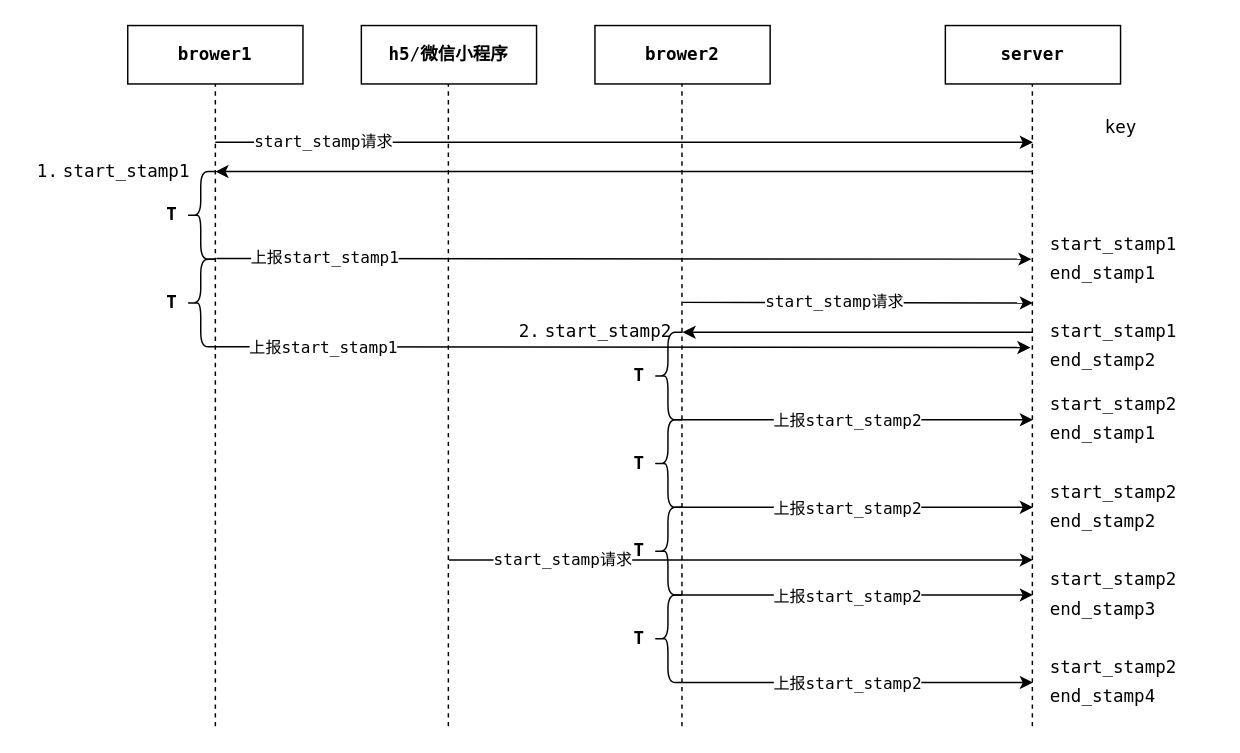
Before: report2.drawio in rabbitdream/framework, a draw.io diagram. Source tidied: cells renumbered, new cells numbered last; positions are measured from the earlier drawing's top-left corner, leaving out a move shared by most shapes. Both pictures are drawn from the tidied source at 146%, with x=0, y=0 at pixel (25, 25).
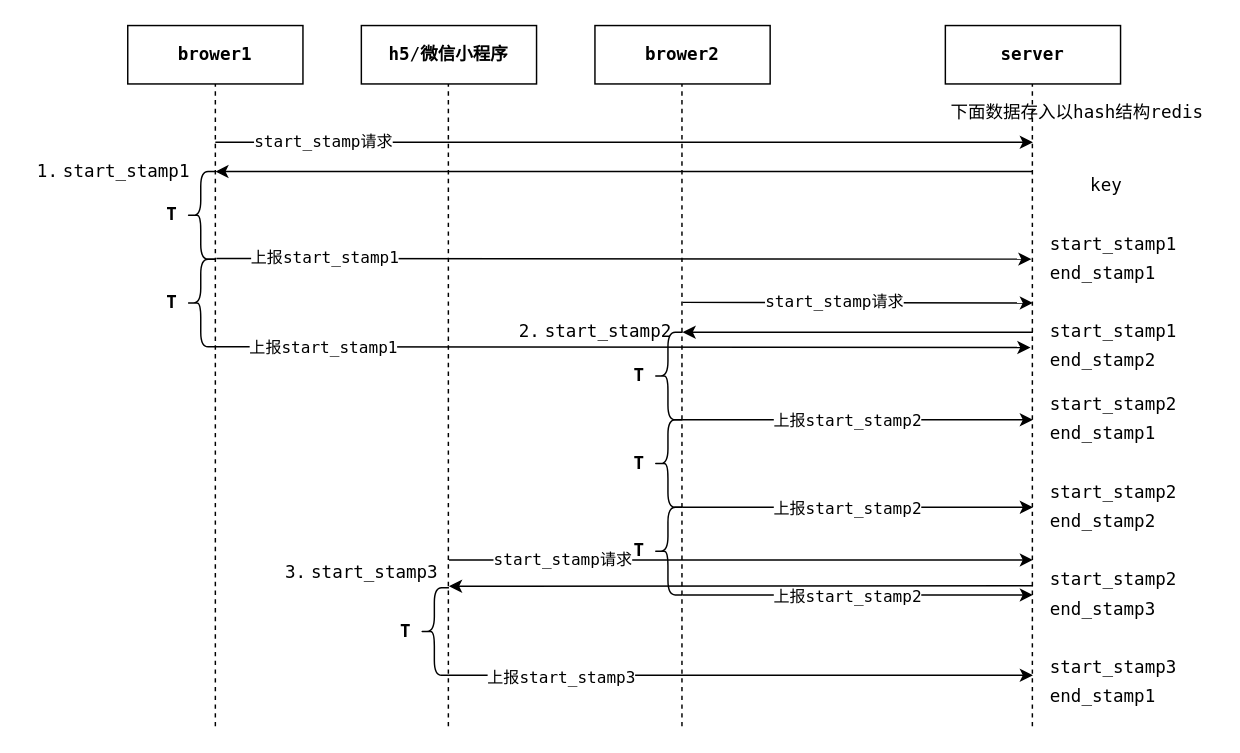
Above is the later version.

Unchanged cells that the change refers to:
```xml
<mxCell id="47" style="group;" parent="1" vertex="1">
  <mxGeometry x="410" y="330" width="280" height="60" as="geometry" />
</mxCell>
<mxCell id="70" style="group;" parent="1" vertex="1">
  <mxGeometry x="700" y="430" width="100" height="40" as="geometry" />
</mxCell>
```

Diff of the diagram source:
```diff
@@
     <mxCell id="16" value="&lt;font face=&quot;Lucida Console&quot;&gt;key&lt;/font&gt;" style="text;html=1;align=center;verticalAlign=middle;strokeColor=none;fillColor=none;" parent="1" vertex="1">
-      <mxGeometry x="730" y="60" width="40" height="20" as="geometry" />
+      <mxGeometry x="720" y="100" width="40" height="20" as="geometry" />
     </mxCell>
@@
-    <mxCell id="55" style="group;" parent="1" vertex="1">
-      <mxGeometry x="410" y="390" width="280" height="60" as="geometry" />
-    </mxCell>
-    <mxCell id="56" style="group;" parent="55" vertex="1">
-      <mxGeometry width="40" height="60" as="geometry" />
-    </mxCell>
-    <mxCell id="57" style="shape=curlyBracket;whiteSpace=wrap;html=1;rounded=1;" parent="56" vertex="1">
-      <mxGeometry x="20" width="20" height="60" as="geometry" />
-    </mxCell>
-    <mxCell id="58" value="&lt;font face=&quot;Lucida Console&quot;&gt;&lt;b&gt;T&lt;/b&gt;&lt;/font&gt;" style="text;html=1;align=center;verticalAlign=middle;strokeColor=none;fillColor=none;" parent="56" vertex="1">
-      <mxGeometry y="20" width="20" height="20" as="geometry" />
-    </mxCell>
-    <mxCell id="59" style="endArrow=classic;html=1;" parent="55" edge="1">
-      <mxGeometry relative="1" as="geometry">
-        <mxPoint x="40" y="60" as="sourcePoint" />
-        <mxPoint x="280" y="60" as="targetPoint" />
-      </mxGeometry>
-    </mxCell>
-    <mxCell id="60" value="上报&lt;font face=&quot;Lucida Console&quot;&gt;start_stamp2&lt;/font&gt;" style="edgeLabel;html=1;align=center;verticalAlign=middle;" parent="59" vertex="1">
-      <mxGeometry x="-0.07" y="-3" relative="1" as="geometry">
-        <mxPoint y="-3" as="offset" />
-      </mxGeometry>
-    </mxCell>
+    <mxCell id="73" style="endArrow=classic;html=1;" parent="47" edge="1">
+      <mxGeometry relative="1" as="geometry">
+        <mxPoint x="280" y="53.7" as="sourcePoint" />
+        <mxPoint x="-120" y="54" as="targetPoint" />
+      </mxGeometry>
+    </mxCell>
@@
-    <mxCell id="71" value="&lt;div align=&quot;left&quot;&gt;&lt;font face=&quot;Lucida Console&quot;&gt;start_stamp2&lt;/font&gt;&lt;/div&gt;" style="text;html=1;align=left;verticalAlign=middle;strokeColor=none;fillColor=none;" parent="70" vertex="1">
+    <mxCell id="71" value="&lt;div align=&quot;left&quot;&gt;&lt;font face=&quot;Lucida Console&quot;&gt;start_stamp3&lt;/font&gt;&lt;/div&gt;" style="text;html=1;align=left;verticalAlign=middle;strokeColor=none;fillColor=none;" parent="70" vertex="1">
       <mxGeometry width="100" height="20" as="geometry" />
     </mxCell>
-    <mxCell id="72" value="&lt;div align=&quot;left&quot;&gt;&lt;font face=&quot;Lucida Console&quot;&gt;end_stamp4&lt;/font&gt;&lt;/div&gt;" style="text;html=1;align=left;verticalAlign=middle;strokeColor=none;fillColor=none;" parent="70" vertex="1">
+    <mxCell id="72" value="&lt;div align=&quot;left&quot;&gt;&lt;font face=&quot;Lucida Console&quot;&gt;end_stamp1&lt;/font&gt;&lt;/div&gt;" style="text;html=1;align=left;verticalAlign=middle;strokeColor=none;fillColor=none;" parent="70" vertex="1">
       <mxGeometry y="20" width="90" height="20" as="geometry" />
     </mxCell>
+    <mxCell id="74" value="&lt;font face=&quot;Lucida Console&quot;&gt;3.&lt;/font&gt; &lt;font face=&quot;Lucida Console&quot;&gt;start_stamp3&lt;/font&gt;" style="text;html=1;align=center;verticalAlign=middle;strokeColor=none;fillColor=none;" parent="1" vertex="1">
+      <mxGeometry x="170" y="365" width="120" height="20" as="geometry" />
+    </mxCell>
+    <mxCell id="75" style="group;" parent="1" vertex="1">
+      <mxGeometry x="250" y="385" width="280" height="60" as="geometry" />
+    </mxCell>
+    <mxCell id="56" style="group;" parent="75" vertex="1">
+      <mxGeometry width="40" height="60" as="geometry" />
+    </mxCell>
+    <mxCell id="57" style="shape=curlyBracket;whiteSpace=wrap;html=1;rounded=1;" parent="56" vertex="1">
+      <mxGeometry x="20" width="20" height="60" as="geometry" />
+    </mxCell>
+    <mxCell id="58" value="&lt;font face=&quot;Lucida Console&quot;&gt;&lt;b&gt;T&lt;/b&gt;&lt;/font&gt;" style="text;html=1;align=center;verticalAlign=middle;strokeColor=none;fillColor=none;" parent="56" vertex="1">
+      <mxGeometry y="20" width="20" height="20" as="geometry" />
+    </mxCell>
+    <mxCell id="76" style="endArrow=classic;html=1;exitX=1.083;exitY=1.042;exitDx=0;exitDy=0;exitPerimeter=0;" parent="1" edge="1">
+      <mxGeometry relative="1" as="geometry">
+        <mxPoint x="290" y="445" as="sourcePoint" />
+        <mxPoint x="690" y="445" as="targetPoint" />
+      </mxGeometry>
+    </mxCell>
+    <mxCell id="77" value="上报&lt;font face=&quot;Lucida Console&quot;&gt;start_stamp3&lt;/font&gt;" style="edgeLabel;html=1;align=center;verticalAlign=middle;" parent="76" vertex="1">
+      <mxGeometry x="-0.68" y="-2" relative="1" as="geometry">
+        <mxPoint x="12" y="-1" as="offset" />
+      </mxGeometry>
+    </mxCell>
+    <mxCell id="78" value="下面数据存入以&lt;font face=&quot;Lucida Console&quot;&gt;hash&lt;/font&gt;结构&lt;font face=&quot;Lucida Console&quot;&gt;redis&lt;/font&gt;" style="text;html=1;align=center;verticalAlign=middle;strokeColor=none;fillColor=none;" parent="1" vertex="1">
+      <mxGeometry x="625" y="50" width="190" height="20" as="geometry" />
+    </mxCell>
```
